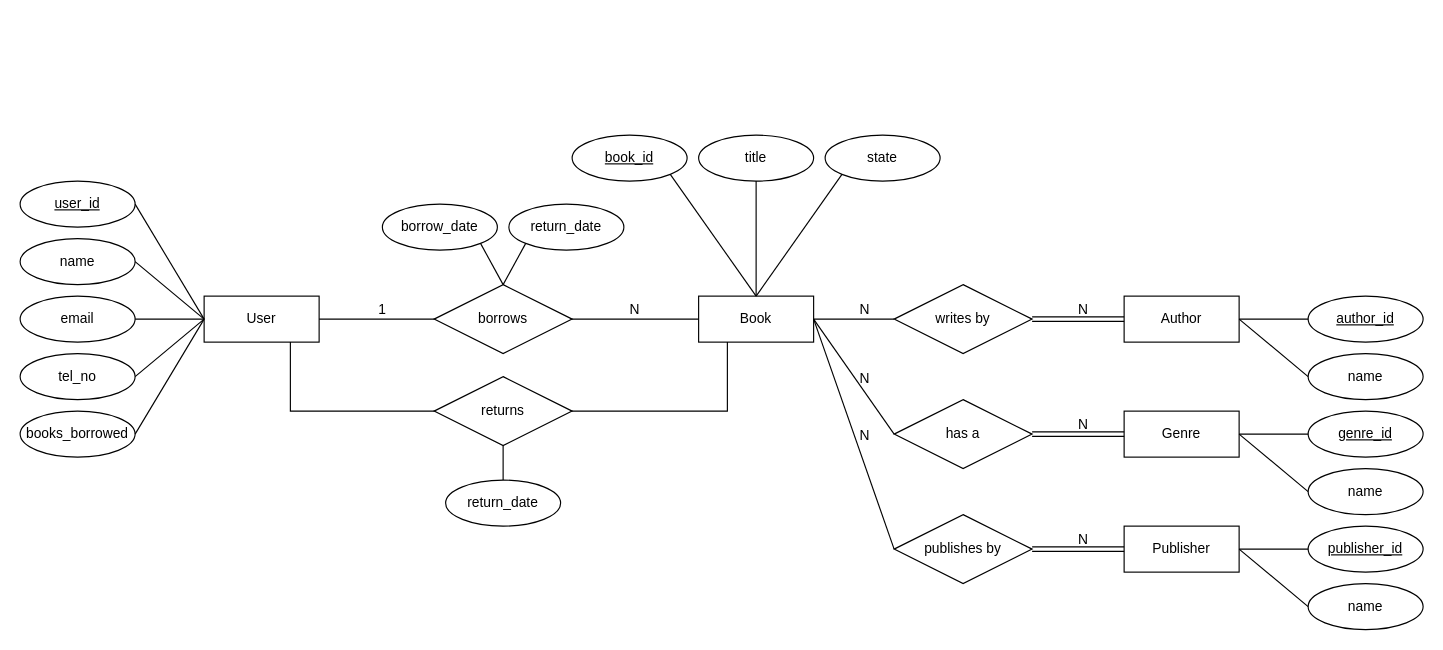
The draw.io diagram ER-diagram2.drawio in jdai01/library-management, before the edit. Source tidied: cells renumbered, new cells numbered last; positions are measured from the earlier drawing's top-left corner, leaving out a move shared by most shapes. Both pictures are drawn from the tidied source at 115%, with x=0, y=0 at pixel (20, 135).
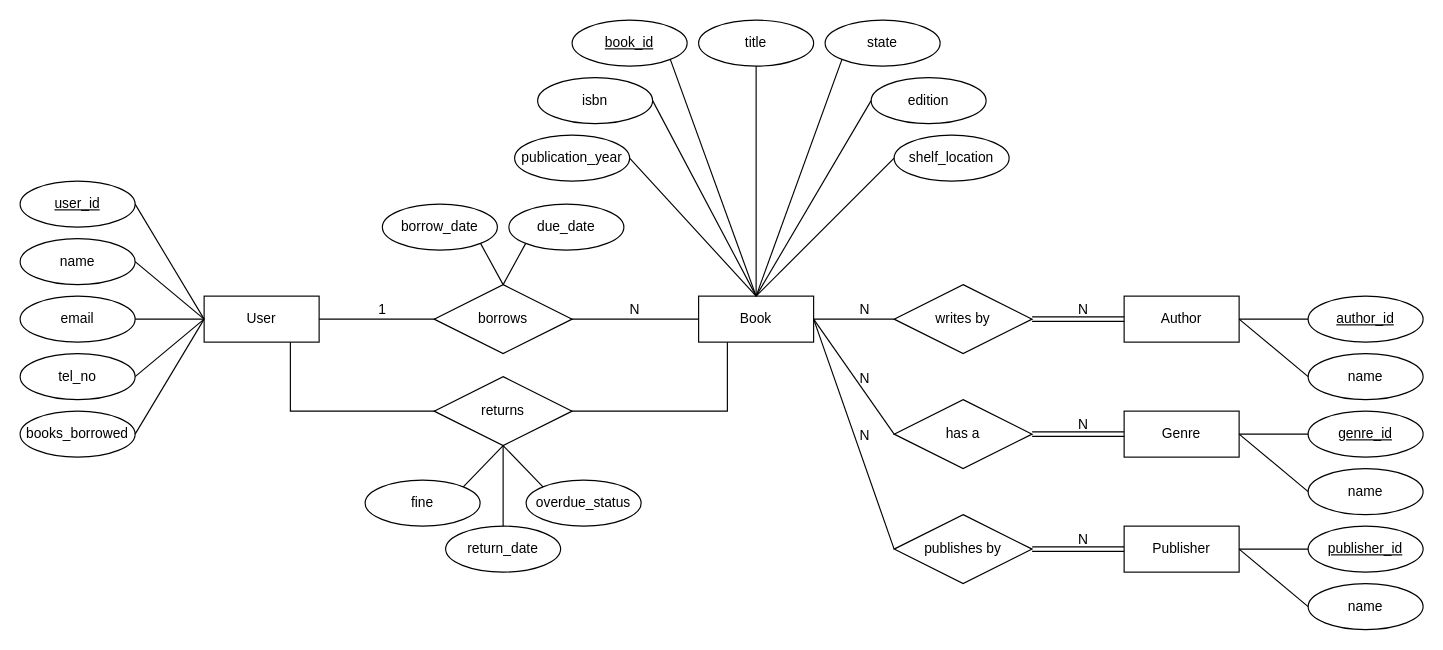
The same page after the edit.

Unchanged cells that the change refers to:
```xml
<mxCell id="3" value="Book" style="whiteSpace=wrap;html=1;align=center;" parent="1" vertex="1">
  <mxGeometry x="590" y="140" width="100" height="40" as="geometry" />
</mxCell>
<mxCell id="39" value="returns" style="shape=rhombus;perimeter=rhombusPerimeter;whiteSpace=wrap;html=1;align=center;" parent="1" vertex="1">
  <mxGeometry x="360" y="210" width="120" height="60" as="geometry" />
</mxCell>
```

Change to the diagram source:
```diff
@@
     <mxCell id="7" value="book_id" style="ellipse;whiteSpace=wrap;html=1;align=center;fontStyle=4;" parent="1" vertex="1">
-      <mxGeometry x="480" width="100" height="40" as="geometry" />
+      <mxGeometry x="480" y="-100" width="100" height="40" as="geometry" />
     </mxCell>
     <mxCell id="8" value="state" style="ellipse;whiteSpace=wrap;html=1;align=center;" parent="1" vertex="1">
-      <mxGeometry x="700" width="100" height="40" as="geometry" />
+      <mxGeometry x="700" y="-100" width="100" height="40" as="geometry" />
     </mxCell>
     <mxCell id="9" value="title" style="ellipse;whiteSpace=wrap;html=1;align=center;" parent="1" vertex="1">
-      <mxGeometry x="590" width="100" height="40" as="geometry" />
+      <mxGeometry x="590" y="-100" width="100" height="40" as="geometry" />
     </mxCell>
@@
-    <mxCell id="25" value="return_date" style="ellipse;whiteSpace=wrap;html=1;align=center;" parent="1" vertex="1">
+    <mxCell id="25" value="due_date" style="ellipse;whiteSpace=wrap;html=1;align=center;" parent="1" vertex="1">
       <mxGeometry x="425" y="60" width="100" height="40" as="geometry" />
     </mxCell>
     <mxCell id="26" value="return_date" style="ellipse;whiteSpace=wrap;html=1;align=center;" parent="1" vertex="1">
-      <mxGeometry x="370" y="300" width="100" height="40" as="geometry" />
+      <mxGeometry x="370" y="340" width="100" height="40" as="geometry" />
     </mxCell>
@@
+    <mxCell id="62" value="isbn" style="ellipse;whiteSpace=wrap;html=1;align=center;" parent="1" vertex="1">
+      <mxGeometry x="450" y="-50" width="100" height="40" as="geometry" />
+    </mxCell>
+    <mxCell id="63" value="publication_year" style="ellipse;whiteSpace=wrap;html=1;align=center;" parent="1" vertex="1">
+      <mxGeometry x="430" width="100" height="40" as="geometry" />
+    </mxCell>
+    <mxCell id="64" value="edition" style="ellipse;whiteSpace=wrap;html=1;align=center;" parent="1" vertex="1">
+      <mxGeometry x="740" y="-50" width="100" height="40" as="geometry" />
+    </mxCell>
+    <mxCell id="65" value="shelf_location" style="ellipse;whiteSpace=wrap;html=1;align=center;" parent="1" vertex="1">
+      <mxGeometry x="760" width="100" height="40" as="geometry" />
+    </mxCell>
+    <mxCell id="66" style="endArrow=none;html=1;rounded=0;exitX=1;exitY=0.5;exitDx=0;exitDy=0;" parent="1" edge="1" source="62">
+      <mxGeometry relative="1" as="geometry">
+        <mxPoint x="640" y="140" as="targetPoint" />
+      </mxGeometry>
+    </mxCell>
+    <mxCell id="67" style="endArrow=none;html=1;rounded=0;exitX=1;exitY=0.5;exitDx=0;exitDy=0;entryX=0.5;entryY=0;entryDx=0;entryDy=0;" parent="1" edge="1" source="63" target="3">
+      <mxGeometry relative="1" as="geometry" />
+    </mxCell>
+    <mxCell id="68" style="endArrow=none;html=1;rounded=0;entryX=0;entryY=0.5;entryDx=0;entryDy=0;" parent="1" edge="1" target="64">
+      <mxGeometry relative="1" as="geometry">
+        <mxPoint x="640" y="140" as="sourcePoint" />
+      </mxGeometry>
+    </mxCell>
+    <mxCell id="69" style="endArrow=none;html=1;rounded=0;entryX=0;entryY=0.5;entryDx=0;entryDy=0;exitX=0.5;exitY=0;exitDx=0;exitDy=0;" parent="1" edge="1" source="3" target="65">
+      <mxGeometry relative="1" as="geometry" />
+    </mxCell>
+    <mxCell id="70" value="fine" style="ellipse;whiteSpace=wrap;html=1;align=center;" parent="1" vertex="1">
+      <mxGeometry x="300" y="300" width="100" height="40" as="geometry" />
+    </mxCell>
+    <mxCell id="71" value="overdue_status" style="ellipse;whiteSpace=wrap;html=1;align=center;" parent="1" vertex="1">
+      <mxGeometry x="440" y="300" width="100" height="40" as="geometry" />
+    </mxCell>
+    <mxCell id="72" style="endArrow=none;html=1;rounded=0;exitX=0.5;exitY=1;exitDx=0;exitDy=0;entryX=1;entryY=0;entryDx=0;entryDy=0;" parent="1" edge="1" source="39" target="70">
+      <mxGeometry relative="1" as="geometry" />
+    </mxCell>
+    <mxCell id="73" style="endArrow=none;html=1;rounded=0;exitX=0.5;exitY=1;exitDx=0;exitDy=0;entryX=0;entryY=0;entryDx=0;entryDy=0;" parent="1" edge="1" source="39" target="71">
+      <mxGeometry relative="1" as="geometry" />
+    </mxCell>
```
